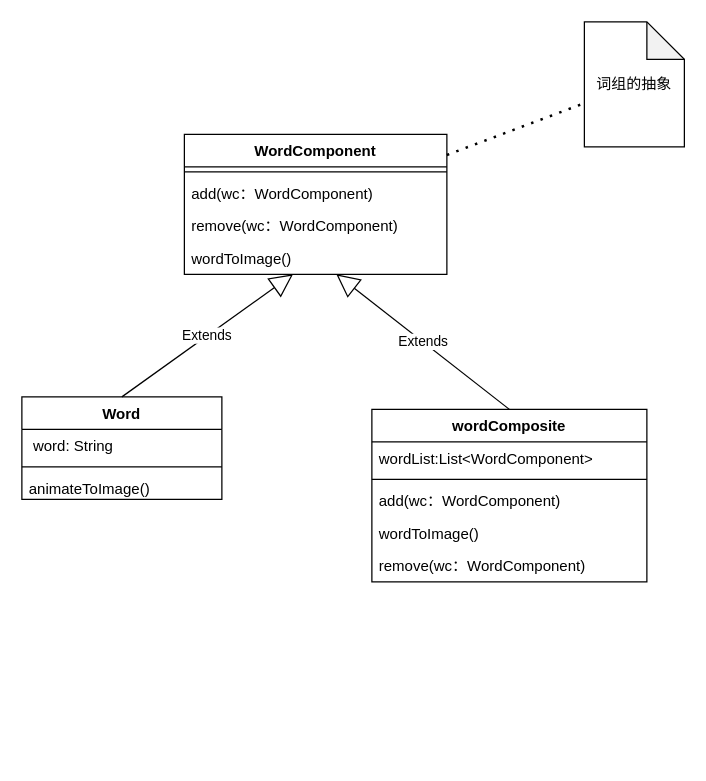
The draw.io diagram AIGC词生图工具优化.drawio in milletzhu/datasource, before the edit. Source tidied: cells renumbered, new cells numbered last; positions are measured from the earlier drawing's top-left corner, leaving out a move shared by most shapes. Both pictures are drawn from the tidied source at 125%, with x=0, y=0 at pixel (21, 21).
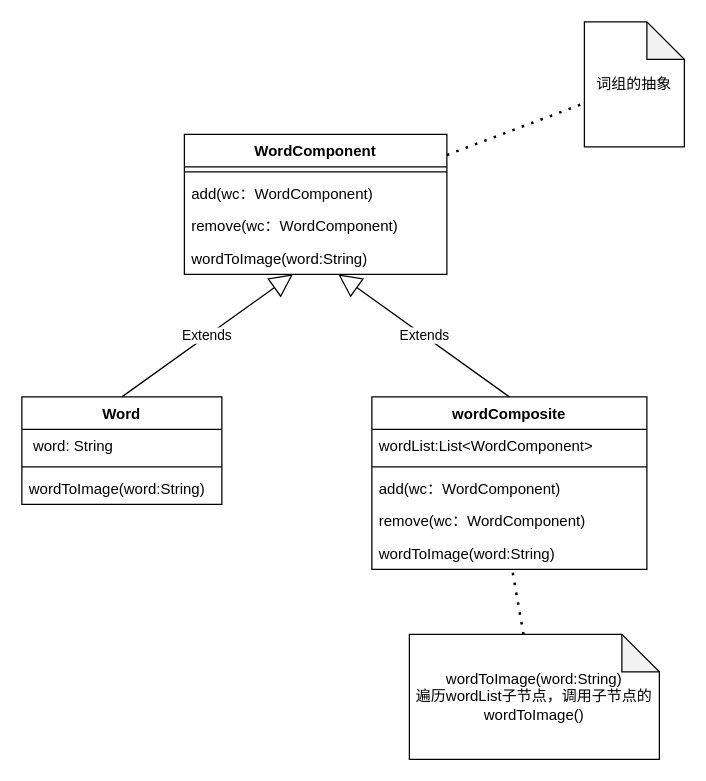
The same diagram, later.

Commit message (it also covers changes not shown here):
更新AIGC词生图工具优化.drawio

The change refers to these unchanged cells:
```xml
<mxCell id="2" value="WordComponent" style="swimlane;fontStyle=1;align=center;verticalAlign=top;horizontal=1;startSize=26;" parent="1" vertex="1">
  <mxGeometry x="130" y="90" width="210" height="112" as="geometry" />
</mxCell>
```

What changed in the source:
```diff
@@
-    <mxCell id="6" value="wordToImage()" style="text;strokeColor=none;fillColor=none;align=left;verticalAlign=top;spacingLeft=4;spacingRight=4;overflow=hidden;points=[[0,0.5],[1,0.5]];portConstraint=eastwest;" parent="2" vertex="1">
-      <mxGeometry y="86" width="210" height="26" as="geometry" />
-    </mxCell>
+    <mxCell id="21" value="wordToImage(word:String)" style="text;strokeColor=none;fillColor=none;align=left;verticalAlign=top;spacingLeft=4;spacingRight=4;overflow=hidden;" parent="2" vertex="1">
+      <mxGeometry y="86" width="210" height="26" as="geometry" />
+    </mxCell>
@@
     <mxCell id="9" value="Word" style="swimlane;fontStyle=1;align=center;verticalAlign=top;horizontal=1;startSize=26;" parent="1" vertex="1">
-      <mxGeometry y="300" width="160" height="82" as="geometry" />
+      <mxGeometry y="300" width="160" height="86" as="geometry" />
     </mxCell>
@@
-    <mxCell id="12" value="animateToImage()" style="text;strokeColor=none;fillColor=none;align=left;verticalAlign=top;spacingLeft=4;spacingRight=4;overflow=hidden;" parent="9" vertex="1">
-      <mxGeometry y="60" width="160" height="22" as="geometry" />
-    </mxCell>
+    <mxCell id="22" value="wordToImage(word:String)" style="text;strokeColor=none;fillColor=none;align=left;verticalAlign=top;spacingLeft=4;spacingRight=4;overflow=hidden;" parent="9" vertex="1">
+      <mxGeometry y="60" width="160" height="26" as="geometry" />
+    </mxCell>
-    <mxCell id="13" value="Extends" style="endArrow=block;endSize=16;endFill=0;html=1;rounded=0;exitX=0.5;exitY=0;exitDx=0;exitDy=0;" parent="1" edge="1" source="9" target="6">
-      <mxGeometry relative="1" as="geometry" />
+    <mxCell id="13" value="Extends" style="endArrow=block;endSize=16;endFill=0;html=1;rounded=0;exitX=0.5;exitY=0;exitDx=0;exitDy=0;" parent="1" edge="1" source="9">
+      <mxGeometry relative="1" as="geometry">
+        <mxPoint x="216.8" y="202" as="targetPoint" />
+      </mxGeometry>
     </mxCell>
     <mxCell id="14" value="wordComposite" style="swimlane;fontStyle=1;align=center;verticalAlign=top;horizontal=1;startSize=26;" parent="1" vertex="1">
-      <mxGeometry x="280" y="310" width="220" height="138" as="geometry" />
+      <mxGeometry x="280" y="300" width="220" height="138" as="geometry" />
     </mxCell>
@@
+    <mxCell id="19" value="remove(wc：WordComponent)" style="text;strokeColor=none;fillColor=none;align=left;verticalAlign=top;spacingLeft=4;spacingRight=4;overflow=hidden;" parent="14" vertex="1">
+      <mxGeometry y="86" width="220" height="26" as="geometry" />
+    </mxCell>
-    <mxCell id="18" value="wordToImage()" style="text;strokeColor=none;fillColor=none;align=left;verticalAlign=top;spacingLeft=4;spacingRight=4;overflow=hidden;points=[[0,0.5],[1,0.5]];portConstraint=eastwest;" parent="14" vertex="1">
-      <mxGeometry y="86" width="220" height="26" as="geometry" />
+    <mxCell id="18" value="wordToImage(word:String)" style="text;strokeColor=none;fillColor=none;align=left;verticalAlign=top;spacingLeft=4;spacingRight=4;overflow=hidden;points=[[0,0.5],[1,0.5]];portConstraint=eastwest;" parent="14" vertex="1">
+      <mxGeometry y="112" width="220" height="26" as="geometry" />
     </mxCell>
-    <mxCell id="19" value="remove(wc：WordComponent)" style="text;strokeColor=none;fillColor=none;align=left;verticalAlign=top;spacingLeft=4;spacingRight=4;overflow=hidden;" parent="14" vertex="1">
-      <mxGeometry y="112" width="220" height="26" as="geometry" />
-    </mxCell>
-    <mxCell id="20" value="Extends" style="endArrow=block;endSize=16;endFill=0;html=1;rounded=0;exitX=0.5;exitY=0;exitDx=0;exitDy=0;" parent="1" edge="1" source="14" target="6">
-      <mxGeometry relative="1" as="geometry" />
+    <mxCell id="20" value="Extends" style="endArrow=block;endSize=16;endFill=0;html=1;rounded=0;exitX=0.5;exitY=0;exitDx=0;exitDy=0;" parent="1" edge="1" source="14">
+      <mxGeometry relative="1" as="geometry">
+        <mxPoint x="253.2" y="202" as="targetPoint" />
+      </mxGeometry>
     </mxCell>
+    <mxCell id="23" value="wordToImage(word:String)&lt;br&gt;遍历wordList子节点，调用子节点的wordToImage()" style="shape=note;whiteSpace=wrap;html=1;backgroundOutline=1;darkOpacity=0.05;" parent="1" vertex="1">
+      <mxGeometry x="310" y="490" width="200" height="100" as="geometry" />
+    </mxCell>
+    <mxCell id="24" style="endArrow=none;dashed=1;html=1;dashPattern=1 3;strokeWidth=2;rounded=0;" parent="1" edge="1" source="23" target="18">
+      <mxGeometry relative="1" as="geometry" />
+    </mxCell>
```
